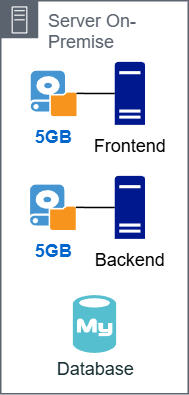
This is images/servidor_local.png from ctrl-brokencode/Projeto-Final-Arquitetura-Migracao, a draw.io export, as it was before one commit. Source tidied: cells renumbered, new cells last; positions are measured from the earlier drawing's top-left corner, leaving out a move shared by most shapes. Source of this version:
```xml
<mxGraphModel>
  <root>
    <mxCell id="0" />
    <mxCell id="1" parent="0" />
    <mxCell id="2" value="Server On-Premise" style="gradientColor=none;html=1;whiteSpace=wrap;fontSize=12;fontStyle=0;shape=mxgraph.aws4.group;grIcon=mxgraph.aws4.group_on_premise;strokeColor=light-dark(#5B636E,#8595BD);fillColor=none;verticalAlign=top;align=left;spacingLeft=30;fontColor=light-dark(#5B636E,#8595BD);dashed=0;" parent="1" vertex="1">
      <mxGeometry width="125" height="262" as="geometry" />
    </mxCell>
    <mxCell id="3" value="Backend" style="shadow=0;dashed=0;html=1;strokeColor=none;labelPosition=center;verticalLabelPosition=bottom;verticalAlign=top;align=center;fillColor=#00188D;shape=mxgraph.mscae.enterprise.server_generic;" parent="1" vertex="1">
      <mxGeometry x="76" y="116.8" width="20.2" height="42" as="geometry" />
    </mxCell>
    <mxCell id="4" value="Database" style="verticalLabelPosition=bottom;html=1;verticalAlign=top;align=center;strokeColor=none;fillColor=#55BECF;shape=mxgraph.azure.mysql_database;fontSize=12;fontColor=#182F33;spacing=-1;" parent="1" vertex="1">
      <mxGeometry x="48.1" y="196.2" width="28.9" height="38.5" as="geometry" />
    </mxCell>
    <mxCell id="5" value="Frontend" style="sketch=0;shadow=0;dashed=0;html=1;strokeColor=none;labelPosition=center;verticalLabelPosition=bottom;verticalAlign=top;align=center;fillColor=#00188D;shape=mxgraph.mscae.enterprise.server_generic;" parent="1" vertex="1">
      <mxGeometry x="76" y="40.8" width="20.2" height="42" as="geometry" />
    </mxCell>
    <mxCell id="6" style="edgeStyle=orthogonalEdgeStyle;rounded=0;jettySize=auto;html=1;endArrow=none;endFill=0;" parent="1" edge="1" source="5" target="8">
      <mxGeometry relative="1" as="geometry" />
    </mxCell>
    <mxCell id="7" style="edgeStyle=orthogonalEdgeStyle;rounded=0;jettySize=auto;html=1;endArrow=none;endFill=0;" parent="1" edge="1" source="3" target="9">
      <mxGeometry relative="1" as="geometry" />
    </mxCell>
    <mxCell id="8" value="&lt;span style=&quot;color: rgb(0, 102, 204); font-weight: 700;&quot;&gt;5GB&lt;/span&gt;" style="shadow=0;dashed=0;html=1;strokeColor=none;fillColor=#4495D1;labelPosition=center;verticalLabelPosition=bottom;verticalAlign=top;align=center;outlineConnect=0;shape=mxgraph.veeam.local_disk;" parent="1" vertex="1">
      <mxGeometry x="20" y="46.6" width="30.5" height="30.2" as="geometry" />
    </mxCell>
    <mxCell id="9" value="&lt;span style=&quot;color: rgb(0, 102, 204); font-weight: 700;&quot;&gt;5GB&lt;/span&gt;" style="shadow=0;dashed=0;html=1;strokeColor=none;fillColor=#4495D1;labelPosition=center;verticalLabelPosition=bottom;verticalAlign=top;align=center;outlineConnect=0;shape=mxgraph.veeam.local_disk;" parent="1" vertex="1">
      <mxGeometry x="19.5" y="122.6" width="30.5" height="30.2" as="geometry" />
    </mxCell>
  </root>
</mxGraphModel>
```
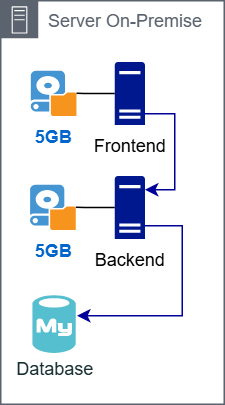
Above is the later version.

What changed in the source:
```diff
@@ -3,13 +3,13 @@
     <mxCell id="0" />
     <mxCell id="1" parent="0" />
     <mxCell id="2" value="Server On-Premise" style="gradientColor=none;html=1;whiteSpace=wrap;fontSize=12;fontStyle=0;shape=mxgraph.aws4.group;grIcon=mxgraph.aws4.group_on_premise;strokeColor=light-dark(#5B636E,#8595BD);fillColor=none;verticalAlign=top;align=left;spacingLeft=30;fontColor=light-dark(#5B636E,#8595BD);dashed=0;" parent="1" vertex="1">
-      <mxGeometry width="125" height="262" as="geometry" />
+      <mxGeometry width="149" height="269" as="geometry" />
     </mxCell>
     <mxCell id="3" value="Backend" style="shadow=0;dashed=0;html=1;strokeColor=none;labelPosition=center;verticalLabelPosition=bottom;verticalAlign=top;align=center;fillColor=#00188D;shape=mxgraph.mscae.enterprise.server_generic;" parent="1" vertex="1">
       <mxGeometry x="76" y="116.8" width="20.2" height="42" as="geometry" />
     </mxCell>
     <mxCell id="4" value="Database" style="verticalLabelPosition=bottom;html=1;verticalAlign=top;align=center;strokeColor=none;fillColor=#55BECF;shape=mxgraph.azure.mysql_database;fontSize=12;fontColor=#182F33;spacing=-1;" parent="1" vertex="1">
-      <mxGeometry x="48.1" y="196.2" width="28.9" height="38.5" as="geometry" />
+      <mxGeometry x="21.1" y="196.2" width="28.9" height="38.5" as="geometry" />
     </mxCell>
     <mxCell id="5" value="Frontend" style="sketch=0;shadow=0;dashed=0;html=1;strokeColor=none;labelPosition=center;verticalLabelPosition=bottom;verticalAlign=top;align=center;fillColor=#00188D;shape=mxgraph.mscae.enterprise.server_generic;" parent="1" vertex="1">
       <mxGeometry x="76" y="40.8" width="20.2" height="42" as="geometry" />
@@ -26,5 +26,21 @@
     <mxCell id="9" value="&lt;span style=&quot;color: rgb(0, 102, 204); font-weight: 700;&quot;&gt;5GB&lt;/span&gt;" style="shadow=0;dashed=0;html=1;strokeColor=none;fillColor=#4495D1;labelPosition=center;verticalLabelPosition=bottom;verticalAlign=top;align=center;outlineConnect=0;shape=mxgraph.veeam.local_disk;" parent="1" vertex="1">
       <mxGeometry x="19.5" y="122.6" width="30.5" height="30.2" as="geometry" />
     </mxCell>
+    <mxCell id="10" style="edgeStyle=orthogonalEdgeStyle;rounded=0;jettySize=auto;html=1;entryX=0.992;entryY=0.823;entryDx=0;entryDy=0;entryPerimeter=0;startArrow=classic;startFill=1;endArrow=none;endFill=0;strokeColor=#000099;" parent="1" edge="1" source="3" target="5">
+      <mxGeometry relative="1" as="geometry">
+        <Array as="points">
+          <mxPoint x="116" y="126" />
+          <mxPoint x="116" y="75" />
+        </Array>
+      </mxGeometry>
+    </mxCell>
+    <mxCell id="11" style="edgeStyle=orthogonalEdgeStyle;rounded=0;jettySize=auto;html=1;entryX=1.031;entryY=0.358;entryDx=0;entryDy=0;entryPerimeter=0;strokeColor=#000099;" parent="1" edge="1" source="3" target="4">
+      <mxGeometry relative="1" as="geometry">
+        <Array as="points">
+          <mxPoint x="121" y="150" />
+          <mxPoint x="121" y="210" />
+        </Array>
+      </mxGeometry>
+    </mxCell>
   </root>
 </mxGraphModel>
```
